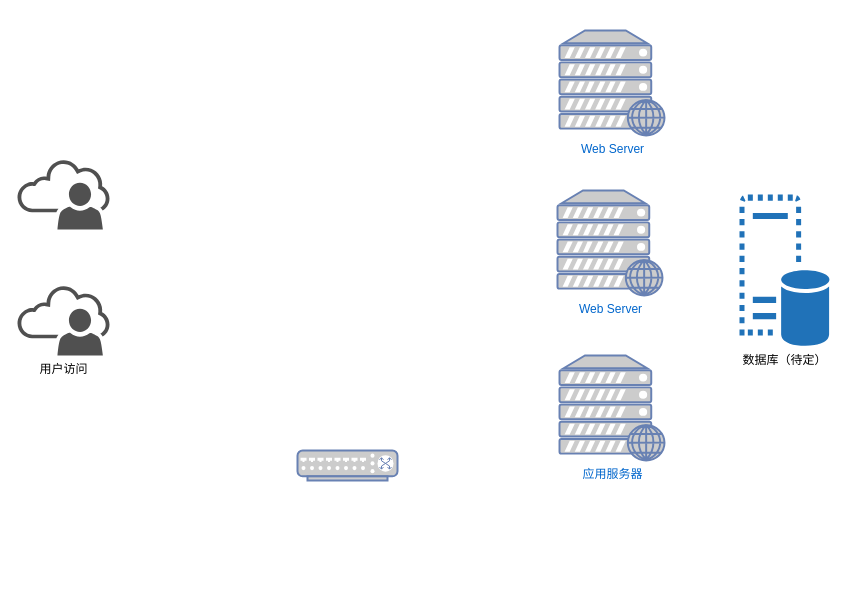
Above: 未命名表单.drawio in HXLMOM/cctest (draw.io), before the change. Source tidied: cells renumbered, new cells numbered last; positions are measured from the earlier drawing's top-left corner, leaving out a move shared by most shapes. Both pictures are drawn from the tidied source at 100%, with x=0, y=0 at pixel (17, 30).
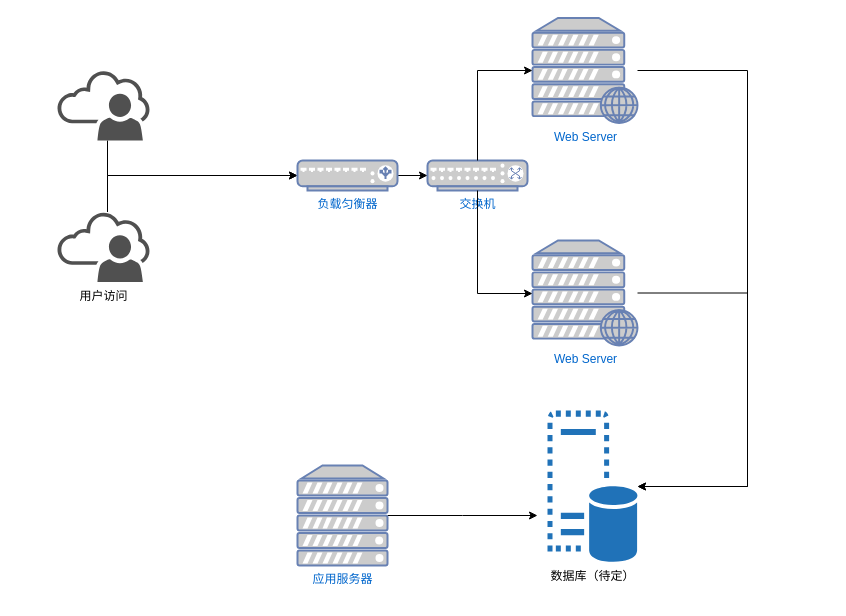
The same diagram, later.

Commit message (it also covers changes not shown here):
更新未命名表单.drawio

The edit, as a diff of the source:
```diff
@@
+    <mxCell id="9" style="edgeStyle=orthogonalEdgeStyle;rounded=0;jettySize=auto;html=1;" parent="1" edge="1" source="2" target="8">
+      <mxGeometry relative="1" as="geometry">
+        <Array as="points">
+          <mxPoint x="730" y="263" />
+          <mxPoint x="730" y="456" />
+        </Array>
+      </mxGeometry>
+    </mxCell>
     <mxCell id="2" value="&lt;span lang=&quot;EN-US&quot;&gt;Web Server&lt;br&gt;&lt;br&gt;&lt;/span&gt;" style="fontColor=#0066CC;verticalAlign=top;verticalLabelPosition=bottom;labelPosition=center;align=center;html=1;outlineConnect=0;fillColor=#CCCCCC;strokeColor=#6881B3;gradientColor=none;gradientDirection=north;strokeWidth=2;shape=mxgraph.networks.web_server;" parent="1" vertex="1">
-      <mxGeometry x="540" y="160" width="105" height="105" as="geometry" />
+      <mxGeometry x="515" y="210" width="105" height="105" as="geometry" />
     </mxCell>
-    <mxCell id="3" value="应用服务器&lt;br&gt;&lt;br&gt;" style="fontColor=#0066CC;verticalAlign=top;verticalLabelPosition=bottom;labelPosition=center;align=center;html=1;outlineConnect=0;fillColor=#CCCCCC;strokeColor=#6881B3;gradientColor=none;gradientDirection=north;strokeWidth=2;shape=mxgraph.networks.web_server;" parent="1" vertex="1">
-      <mxGeometry x="542" y="325" width="105" height="105" as="geometry" />
-    </mxCell>
+    <mxCell id="10" style="edgeStyle=orthogonalEdgeStyle;rounded=0;jettySize=auto;html=1;" parent="1" edge="1" source="4" target="8">
+      <mxGeometry relative="1" as="geometry">
+        <Array as="points">
+          <mxPoint x="730" y="40" />
+          <mxPoint x="730" y="456" />
+        </Array>
+      </mxGeometry>
+    </mxCell>
     <mxCell id="4" value="Web Server&lt;br&gt;" style="fontColor=#0066CC;verticalAlign=top;verticalLabelPosition=bottom;labelPosition=center;align=center;html=1;outlineConnect=0;fillColor=#CCCCCC;strokeColor=#6881B3;gradientColor=none;gradientDirection=north;strokeWidth=2;shape=mxgraph.networks.web_server;" parent="1" vertex="1">
-      <mxGeometry x="542" width="105" height="105" as="geometry" />
+      <mxGeometry x="515" y="-12.5" width="105" height="105" as="geometry" />
     </mxCell>
-    <mxCell id="5" style="fontColor=#0066CC;verticalAlign=top;verticalLabelPosition=bottom;labelPosition=center;align=center;html=1;outlineConnect=0;fillColor=#CCCCCC;strokeColor=#6881B3;gradientColor=none;gradientDirection=north;strokeWidth=2;shape=mxgraph.networks.switch;" parent="1" vertex="1">
-      <mxGeometry x="280" y="420" width="100" height="30" as="geometry" />
+    <mxCell id="5" value="交换机&lt;br&gt;&lt;br&gt;" style="fontColor=#0066CC;verticalAlign=top;verticalLabelPosition=bottom;labelPosition=center;align=center;html=1;outlineConnect=0;fillColor=#CCCCCC;strokeColor=#6881B3;gradientColor=none;gradientDirection=north;strokeWidth=2;shape=mxgraph.networks.switch;" parent="1" vertex="1">
+      <mxGeometry x="410" y="130" width="100" height="30" as="geometry" />
     </mxCell>
+    <mxCell id="11" style="edgeStyle=orthogonalEdgeStyle;rounded=0;jettySize=auto;html=1;" parent="1" edge="1" source="6" target="16">
+      <mxGeometry relative="1" as="geometry">
+        <Array as="points">
+          <mxPoint x="90" y="145" />
+        </Array>
+      </mxGeometry>
+    </mxCell>
     <mxCell id="6" style="shadow=0;dashed=0;html=1;strokeColor=none;fillColor=#505050;labelPosition=center;verticalLabelPosition=bottom;verticalAlign=top;outlineConnect=0;align=center;shape=mxgraph.office.users.online_user;" parent="1" vertex="1">
-      <mxGeometry y="129" width="92" height="70" as="geometry" />
+      <mxGeometry x="40" y="40" width="92" height="70" as="geometry" />
     </mxCell>
+    <mxCell id="12" style="edgeStyle=orthogonalEdgeStyle;rounded=0;jettySize=auto;html=1;entryX=0;entryY=0.5;entryDx=0;entryDy=0;entryPerimeter=0;" parent="1" edge="1" source="7" target="16">
+      <mxGeometry relative="1" as="geometry">
+        <Array as="points">
+          <mxPoint x="90" y="145" />
+        </Array>
+      </mxGeometry>
+    </mxCell>
     <mxCell id="7" value="用户访问&lt;br&gt;&lt;br&gt;" style="shadow=0;dashed=0;html=1;strokeColor=none;fillColor=#505050;labelPosition=center;verticalLabelPosition=bottom;verticalAlign=top;outlineConnect=0;align=center;shape=mxgraph.office.users.online_user;" parent="1" vertex="1">
-      <mxGeometry y="255" width="92" height="70" as="geometry" />
+      <mxGeometry x="40" y="181.5" width="92" height="70" as="geometry" />
     </mxCell>
     <mxCell id="8" value="数据库（待定）&lt;br&gt;&lt;br&gt;" style="shadow=0;dashed=0;html=1;strokeColor=none;labelPosition=center;verticalLabelPosition=bottom;verticalAlign=top;outlineConnect=0;align=center;shape=mxgraph.office.servers.virtual_database_server;fillColor=#2072B8;" parent="1" vertex="1">
-      <mxGeometry x="722" y="164" width="90" height="152" as="geometry" />
+      <mxGeometry x="530" y="380" width="90" height="152" as="geometry" />
     </mxCell>
+    <mxCell id="13" style="edgeStyle=orthogonalEdgeStyle;rounded=0;jettySize=auto;html=1;entryX=0;entryY=0.5;entryDx=0;entryDy=0;entryPerimeter=0;exitX=0.5;exitY=0;exitDx=0;exitDy=0;exitPerimeter=0;" parent="1" edge="1" source="5" target="4">
+      <mxGeometry relative="1" as="geometry">
+        <Array as="points">
+          <mxPoint x="460" y="40" />
+        </Array>
+      </mxGeometry>
+    </mxCell>
+    <mxCell id="14" style="edgeStyle=orthogonalEdgeStyle;rounded=0;jettySize=auto;html=1;exitX=0.5;exitY=1;exitDx=0;exitDy=0;exitPerimeter=0;" parent="1" edge="1" source="5" target="2">
+      <mxGeometry relative="1" as="geometry">
+        <Array as="points">
+          <mxPoint x="460" y="263" />
+        </Array>
+      </mxGeometry>
+    </mxCell>
+    <mxCell id="15" style="edgeStyle=orthogonalEdgeStyle;rounded=0;jettySize=auto;html=1;" parent="1" edge="1" source="16" target="5">
+      <mxGeometry relative="1" as="geometry" />
+    </mxCell>
+    <mxCell id="16" value="负载匀衡器" style="fontColor=#0066CC;verticalAlign=top;verticalLabelPosition=bottom;labelPosition=center;align=center;html=1;outlineConnect=0;fillColor=#CCCCCC;strokeColor=#6881B3;gradientColor=none;gradientDirection=north;strokeWidth=2;shape=mxgraph.networks.load_balancer;" parent="1" vertex="1">
+      <mxGeometry x="280" y="130" width="100" height="30" as="geometry" />
+    </mxCell>
+    <mxCell id="17" style="edgeStyle=orthogonalEdgeStyle;rounded=0;jettySize=auto;html=1;" parent="1" edge="1" source="3">
+      <mxGeometry relative="1" as="geometry">
+        <mxPoint x="520" y="485" as="targetPoint" />
+      </mxGeometry>
+    </mxCell>
+    <mxCell id="3" value="应用服务器" style="fontColor=#0066CC;verticalAlign=top;verticalLabelPosition=bottom;labelPosition=center;align=center;html=1;outlineConnect=0;fillColor=#CCCCCC;strokeColor=#6881B3;gradientColor=none;gradientDirection=north;strokeWidth=2;shape=mxgraph.networks.server;" parent="1" vertex="1">
+      <mxGeometry x="280" y="435" width="90" height="100" as="geometry" />
+    </mxCell>
```
